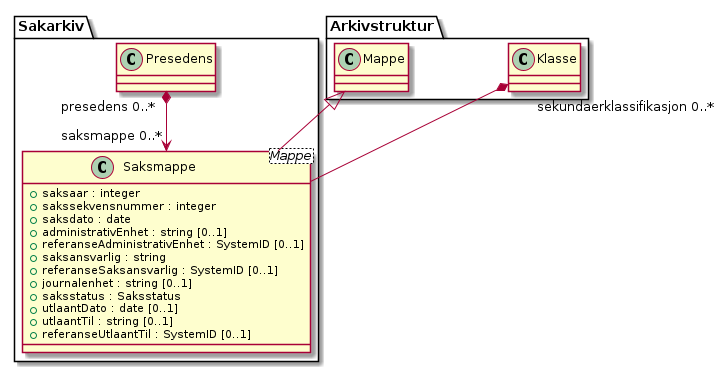
This is kapitler/media/uml-class-saksmappe.png from arkivverket/noark5-tjenestegrensesnitt-standard, a PlantUML export, as it was before one commit. Its diagram source:
```plantuml
@startuml
skinparam nodesep 100
class Sakarkiv.Saksmappe <Mappe> {
  +saksaar : integer
  +sakssekvensnummer : integer
  +saksdato : date
  +administrativEnhet : string [0..1]
  +referanseAdministrativEnhet : SystemID [0..1]
  +saksansvarlig : string
  +referanseSaksansvarlig : SystemID [0..1]
  +journalenhet : string [0..1]
  +saksstatus : Saksstatus
  +utlaantDato : date [0..1]
  +utlaantTil : string [0..1]
  +referanseUtlaantTil : SystemID [0..1]
}
Arkivstruktur.Klasse "sekundaerklassifikasjon 0..*" *-- Sakarkiv.Saksmappe
Arkivstruktur.Mappe <|-- Sakarkiv.Saksmappe
Sakarkiv.Presedens "presedens 0..*" *--> "saksmappe 0..*" Sakarkiv.Saksmappe
@enduml
```
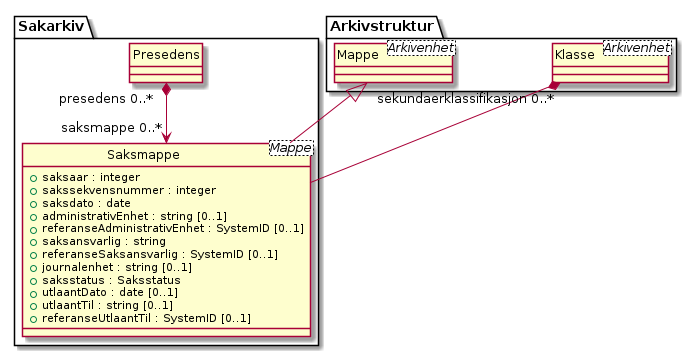
Above is the later version.

Diff of the diagram source:
```diff
@@ -1,5 +1,6 @@
 @startuml
 skinparam nodesep 100
+hide circle
 class Sakarkiv.Saksmappe <Mappe> {
   +saksaar : integer
   +sakssekvensnummer : integer
@@ -14,7 +15,13 @@
   +utlaantTil : string [0..1]
   +referanseUtlaantTil : SystemID [0..1]
 }
+class Arkivstruktur.Klasse <Arkivenhet> {
+}
 Arkivstruktur.Klasse "sekundaerklassifikasjon 0..*" *-- Sakarkiv.Saksmappe
+class Arkivstruktur.Mappe <Arkivenhet> {
+}
 Arkivstruktur.Mappe <|-- Sakarkiv.Saksmappe
+class Sakarkiv.Presedens {
+}
 Sakarkiv.Presedens "presedens 0..*" *--> "saksmappe 0..*" Sakarkiv.Saksmappe
 @enduml
```
